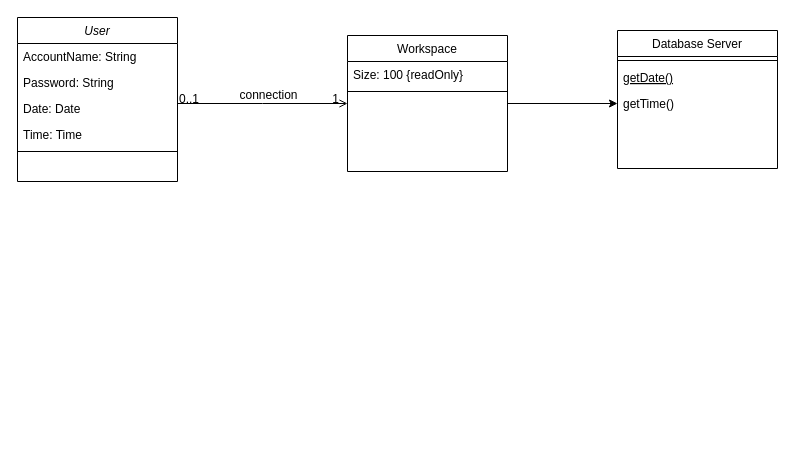
This is Untitled Diagram.drawio from lopez-gina/Jenkins1, a draw.io file, before an edit. Source tidied: cells renumbered, new cells numbered last; positions are measured from the earlier drawing's top-left corner, leaving out a move shared by most shapes. Both pictures are drawn from the tidied source at 100%, with x=0, y=0 at pixel (17, 17).
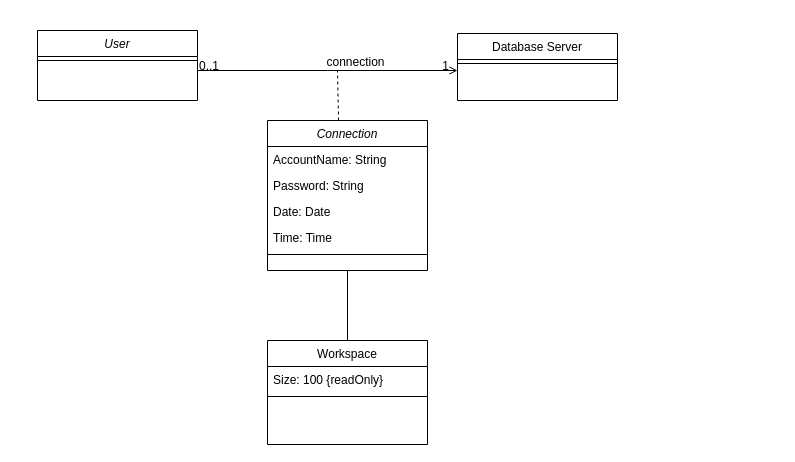
After the change.

Change to the diagram source:
```diff
@@
     <mxCell id="2" value="User" style="swimlane;fontStyle=2;align=center;verticalAlign=top;horizontal=1;startSize=26;rounded=0;shadow=0;strokeWidth=1;" parent="1" vertex="1">
-      <mxGeometry width="160" height="164" as="geometry" />
+      <mxGeometry x="20" y="13" width="160" height="70" as="geometry" />
     </mxCell>
-    <mxCell id="3" value="AccountName: String" style="text;align=left;verticalAlign=top;spacingLeft=4;spacingRight=4;overflow=hidden;" parent="2" vertex="1">
-      <mxGeometry y="26" width="160" height="26" as="geometry" />
-    </mxCell>
-    <mxCell id="4" value="Password: String" style="text;align=left;verticalAlign=top;spacingLeft=4;spacingRight=4;overflow=hidden;rounded=0;shadow=0;html=0;" parent="2" vertex="1">
-      <mxGeometry y="52" width="160" height="26" as="geometry" />
-    </mxCell>
-    <mxCell id="5" value="Date: Date&#10;" style="text;align=left;verticalAlign=top;spacingLeft=4;spacingRight=4;overflow=hidden;rounded=0;shadow=0;html=0;" parent="2" vertex="1">
-      <mxGeometry y="78" width="160" height="26" as="geometry" />
-    </mxCell>
-    <mxCell id="6" value="Time: Time&#10;" style="text;align=left;verticalAlign=top;spacingLeft=4;spacingRight=4;overflow=hidden;rounded=0;shadow=0;html=0;" parent="2" vertex="1">
-      <mxGeometry y="104" width="160" height="26" as="geometry" />
-    </mxCell>
     <mxCell id="7" style="line;html=1;strokeWidth=1;align=left;verticalAlign=middle;spacingTop=-1;spacingLeft=3;spacingRight=3;labelPosition=right;" parent="2" vertex="1">
-      <mxGeometry y="130" width="160" height="8" as="geometry" />
+      <mxGeometry y="26" width="160" height="8" as="geometry" />
     </mxCell>
     <mxCell id="8" value="Database Server" style="swimlane;fontStyle=0;align=center;verticalAlign=top;horizontal=1;startSize=26;rounded=0;shadow=0;strokeWidth=1;" parent="1" vertex="1">
-      <mxGeometry x="600" y="13" width="160" height="138" as="geometry" />
+      <mxGeometry x="440" y="16" width="160" height="67" as="geometry" />
     </mxCell>
@@
-    <mxCell id="10" value="getDate()" style="text;align=left;verticalAlign=top;spacingLeft=4;spacingRight=4;overflow=hidden;fontStyle=4;" parent="8" vertex="1">
-      <mxGeometry y="34" width="160" height="26" as="geometry" />
-    </mxCell>
-    <mxCell id="11" value="getTime()" style="text;align=left;verticalAlign=top;spacingLeft=4;spacingRight=4;overflow=hidden;points=[[0,0.5],[1,0.5]];portConstraint=eastwest;" parent="8" vertex="1">
-      <mxGeometry y="60" width="160" height="26" as="geometry" />
-    </mxCell>
     <mxCell id="12" value="Workspace" style="swimlane;fontStyle=0;align=center;verticalAlign=top;horizontal=1;startSize=26;rounded=0;shadow=0;strokeWidth=1;" parent="1" vertex="1">
-      <mxGeometry x="330" y="18" width="160" height="136" as="geometry" />
+      <mxGeometry x="250" y="323" width="160" height="104" as="geometry" />
     </mxCell>
@@
-    <mxCell id="15" style="endArrow=open;shadow=0;strokeWidth=1;rounded=0;endFill=1;edgeStyle=elbowEdgeStyle;elbow=vertical;" parent="1" edge="1" source="2" target="12">
+    <mxCell id="15" style="endArrow=open;shadow=0;strokeWidth=1;rounded=0;endFill=1;edgeStyle=elbowEdgeStyle;elbow=vertical;entryX=0;entryY=0.5;entryDx=0;entryDy=0;" parent="1" edge="1" source="2">
       <mxGeometry x="0.5" y="41" relative="1" as="geometry">
+        <mxPoint x="440" y="53" as="targetPoint" />
         <mxPoint x="-40" y="32" as="offset" />
       </mxGeometry>
     </mxCell>
@@
-    <mxCell id="19" style="endArrow=classic;html=1;rounded=0;entryX=0;entryY=0.5;entryDx=0;entryDy=0;exitX=1;exitY=0.5;exitDx=0;exitDy=0;" parent="1" edge="1" source="12" target="11">
-      <mxGeometry relative="1" as="geometry" />
-    </mxCell>
+    <mxCell id="20" value="Connection" style="swimlane;fontStyle=2;align=center;verticalAlign=top;horizontal=1;startSize=26;rounded=0;shadow=0;strokeWidth=1;" parent="1" vertex="1">
+      <mxGeometry x="250" y="103" width="160" height="150" as="geometry" />
+    </mxCell>
+    <mxCell id="3" value="AccountName: String" style="text;align=left;verticalAlign=top;spacingLeft=4;spacingRight=4;overflow=hidden;" parent="20" vertex="1">
+      <mxGeometry y="26" width="160" height="26" as="geometry" />
+    </mxCell>
+    <mxCell id="4" value="Password: String" style="text;align=left;verticalAlign=top;spacingLeft=4;spacingRight=4;overflow=hidden;rounded=0;shadow=0;html=0;" parent="20" vertex="1">
+      <mxGeometry y="52" width="160" height="26" as="geometry" />
+    </mxCell>
+    <mxCell id="5" value="Date: Date&#10;" style="text;align=left;verticalAlign=top;spacingLeft=4;spacingRight=4;overflow=hidden;rounded=0;shadow=0;html=0;" parent="20" vertex="1">
+      <mxGeometry y="78" width="160" height="26" as="geometry" />
+    </mxCell>
+    <mxCell id="6" value="Time: Time&#10;" style="text;align=left;verticalAlign=top;spacingLeft=4;spacingRight=4;overflow=hidden;rounded=0;shadow=0;html=0;" parent="20" vertex="1">
+      <mxGeometry y="104" width="160" height="26" as="geometry" />
+    </mxCell>
+    <mxCell id="21" style="line;html=1;strokeWidth=1;align=left;verticalAlign=middle;spacingTop=-1;spacingLeft=3;spacingRight=3;labelPosition=right;" parent="20" vertex="1">
+      <mxGeometry y="130" width="160" height="8" as="geometry" />
+    </mxCell>
+    <mxCell id="22" style="endArrow=none;html=1;rounded=0;exitX=0.5;exitY=1;exitDx=0;exitDy=0;entryX=0.5;entryY=0;entryDx=0;entryDy=0;" parent="1" edge="1" source="20" target="12">
+      <mxGeometry relative="1" as="geometry" />
+    </mxCell>
+    <mxCell id="23" style="endArrow=none;dashed=1;html=1;rounded=0;exitX=0.444;exitY=0;exitDx=0;exitDy=0;exitPerimeter=0;" parent="1" edge="1" source="20">
+      <mxGeometry relative="1" as="geometry">
+        <mxPoint x="320" y="53" as="targetPoint" />
+      </mxGeometry>
+    </mxCell>
```
